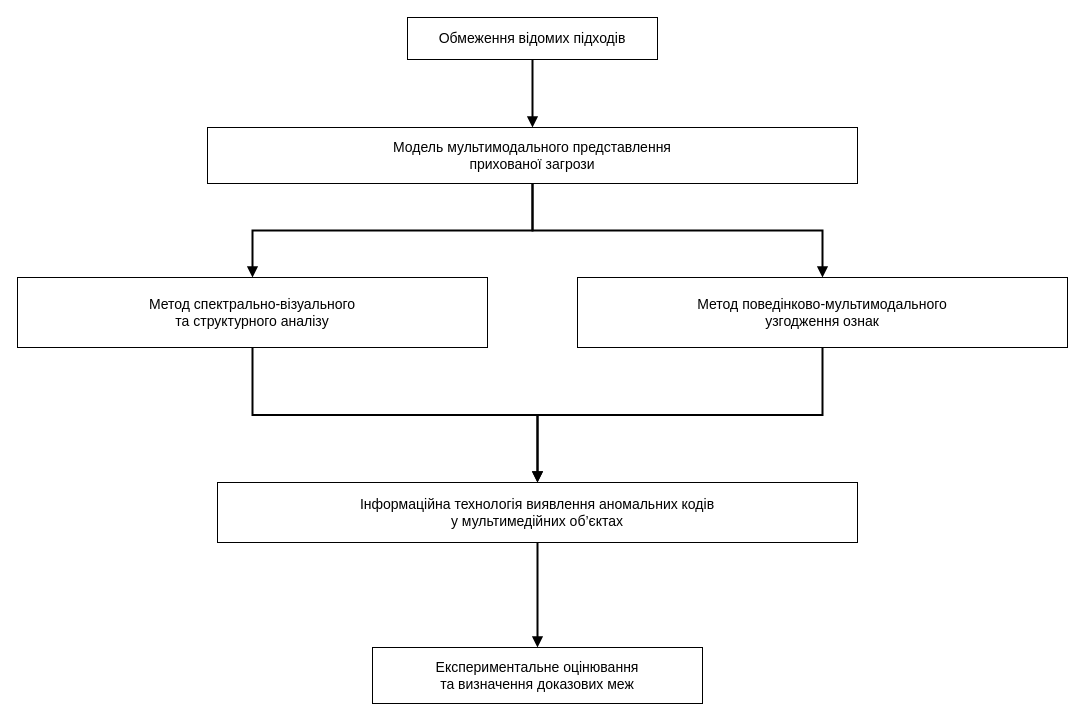
oleksandrmelnychenko/dima-phd keeps this draw.io diagram as title/figures_drawio/fig_1_3_research_logic.drawio. Above is the earlier version. Source tidied: cells renumbered, new cells numbered last; positions are measured from the earlier drawing's top-left corner, leaving out a move shared by most shapes. Both pictures are drawn from the tidied source at 100%, with x=0, y=0 at pixel (17, 17).
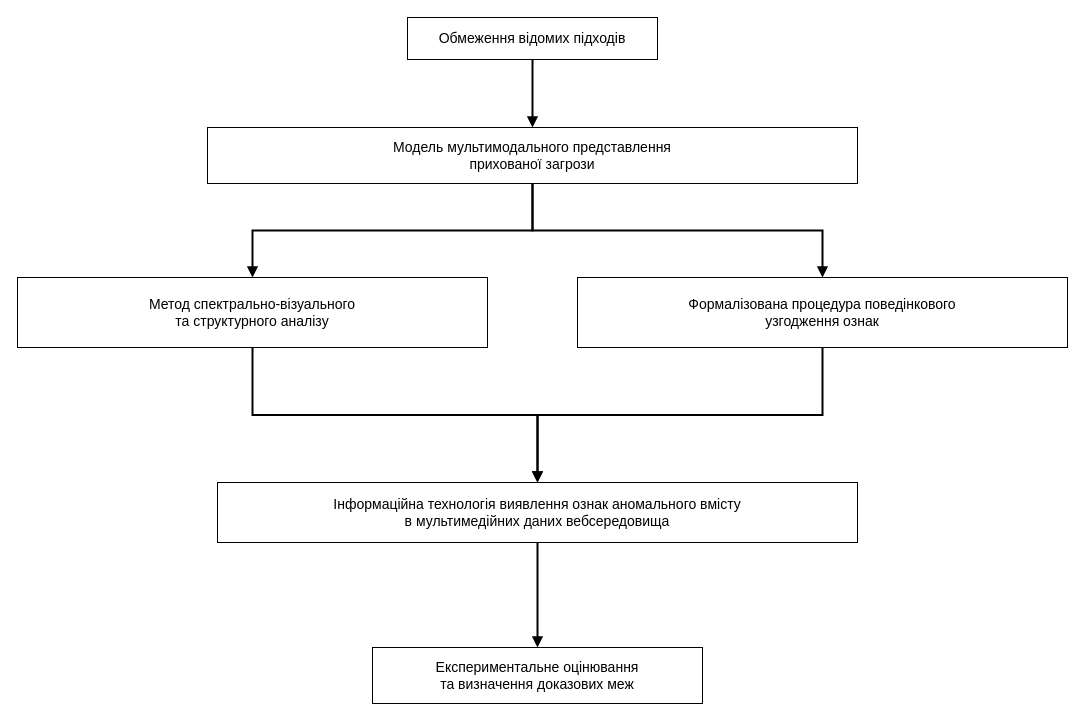
Above is the later version.

The edit, as a diff of the source:
```diff
@@
 <mxGraphModel>
   <root>
     <mxCell id="0" />
     <mxCell id="1" parent="0" />
     <mxCell id="2" value="Обмеження відомих підходів" style="rounded=0;whiteSpace=wrap;html=1;fillColor=#ffffff;strokeColor=#000000;fontColor=#000000;fontSize=14;align=center;verticalAlign=middle;spacing=4;" parent="1" vertex="1">
       <mxGeometry x="390" width="250" height="42" as="geometry" />
     </mxCell>
     <mxCell id="3" value="Модель мультимодального представлення&lt;br&gt;прихованої загрози" style="rounded=0;whiteSpace=wrap;html=1;fillColor=#ffffff;strokeColor=#000000;fontColor=#000000;fontSize=14;align=center;verticalAlign=middle;spacing=4;" parent="1" vertex="1">
       <mxGeometry x="190" y="110" width="650" height="56" as="geometry" />
     </mxCell>
     <mxCell id="4" value="Метод спектрально-візуального&lt;br&gt;та структурного аналізу" style="rounded=0;whiteSpace=wrap;html=1;fillColor=#ffffff;strokeColor=#000000;fontColor=#000000;fontSize=14;align=center;verticalAlign=middle;spacing=4;" parent="1" vertex="1">
       <mxGeometry y="260" width="470" height="70" as="geometry" />
     </mxCell>
-    <mxCell id="5" value="Метод поведінково-мультимодального&lt;br&gt;узгодження ознак" style="rounded=0;whiteSpace=wrap;html=1;fillColor=#ffffff;strokeColor=#000000;fontColor=#000000;fontSize=14;align=center;verticalAlign=middle;spacing=4;" parent="1" vertex="1">
+    <mxCell id="5" value="Формалізована процедура поведінкового&lt;br&gt;узгодження ознак" style="rounded=0;whiteSpace=wrap;html=1;fillColor=#ffffff;strokeColor=#000000;fontColor=#000000;fontSize=14;align=center;verticalAlign=middle;spacing=4;" parent="1" vertex="1">
       <mxGeometry x="560" y="260" width="490" height="70" as="geometry" />
     </mxCell>
-    <mxCell id="6" value="Інформаційна технологія виявлення аномальних кодів&lt;br&gt;у мультимедійних об’єктах" style="rounded=0;whiteSpace=wrap;html=1;fillColor=#ffffff;strokeColor=#000000;fontColor=#000000;fontSize=14;align=center;verticalAlign=middle;spacing=4;" parent="1" vertex="1">
+    <mxCell id="6" value="Інформаційна технологія виявлення ознак аномального вмісту&lt;br&gt;в мультимедійних даних вебсередовища" style="rounded=0;whiteSpace=wrap;html=1;fillColor=#ffffff;strokeColor=#000000;fontColor=#000000;fontSize=14;align=center;verticalAlign=middle;spacing=4;" parent="1" vertex="1">
       <mxGeometry x="200" y="465" width="640" height="60" as="geometry" />
     </mxCell>
     <mxCell id="7" value="Експериментальне оцінювання&lt;br&gt;та визначення доказових меж" style="rounded=0;whiteSpace=wrap;html=1;fillColor=#ffffff;strokeColor=#000000;fontColor=#000000;fontSize=14;align=center;verticalAlign=middle;spacing=4;" parent="1" vertex="1">
       <mxGeometry x="355" y="630" width="330" height="56" as="geometry" />
     </mxCell>
     <mxCell id="8" style="edgeStyle=orthogonalEdgeStyle;rounded=0;jettySize=auto;html=1;endArrow=block;endFill=1;strokeColor=#000000;strokeWidth=2;" parent="1" edge="1" source="2" target="3">
       <mxGeometry relative="1" as="geometry" />
     </mxCell>
     <mxCell id="9" style="edgeStyle=orthogonalEdgeStyle;rounded=0;jettySize=auto;html=1;endArrow=block;endFill=1;strokeColor=#000000;strokeWidth=2;" parent="1" edge="1" source="3" target="4">
       <mxGeometry relative="1" as="geometry" />
     </mxCell>
     <mxCell id="10" style="edgeStyle=orthogonalEdgeStyle;rounded=0;jettySize=auto;html=1;endArrow=block;endFill=1;strokeColor=#000000;strokeWidth=2;" parent="1" edge="1" source="3" target="5">
       <mxGeometry relative="1" as="geometry" />
     </mxCell>
     <mxCell id="11" style="edgeStyle=orthogonalEdgeStyle;rounded=0;jettySize=auto;html=1;endArrow=block;endFill=1;strokeColor=#000000;strokeWidth=2;" parent="1" edge="1" source="4" target="6">
       <mxGeometry relative="1" as="geometry" />
     </mxCell>
     <mxCell id="12" style="edgeStyle=orthogonalEdgeStyle;rounded=0;jettySize=auto;html=1;endArrow=block;endFill=1;strokeColor=#000000;strokeWidth=2;" parent="1" edge="1" source="5" target="6">
       <mxGeometry relative="1" as="geometry" />
     </mxCell>
     <mxCell id="13" style="edgeStyle=orthogonalEdgeStyle;rounded=0;jettySize=auto;html=1;endArrow=block;endFill=1;strokeColor=#000000;strokeWidth=2;" parent="1" edge="1" source="6" target="7">
       <mxGeometry relative="1" as="geometry" />
     </mxCell>
   </root>
 </mxGraphModel>
```
